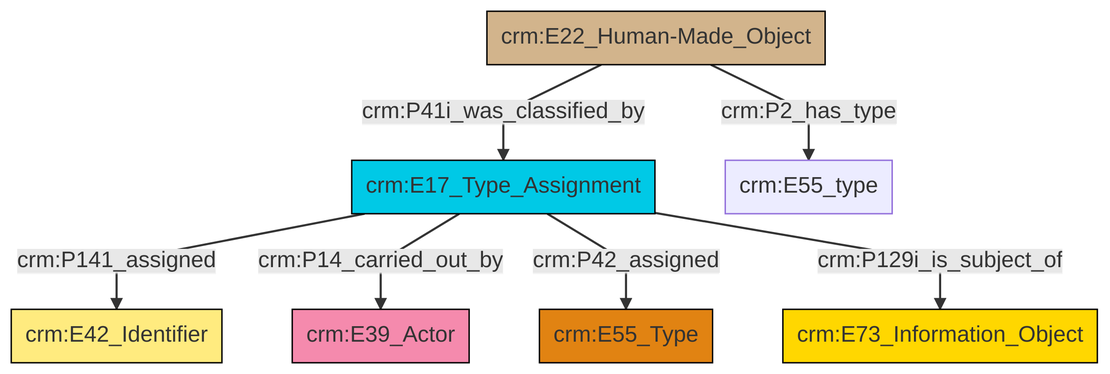
Earlier version of the Mermaid export et/builtWorkCSV/ttl/mmd/png/Built_Work_designation_status.png (swiss-art-research-net/docs.swissartresearch). Its source is kept beside it as et/builtWorkCSV/ttl/mmd/Built_Work_designation_status.ttl.mmd.
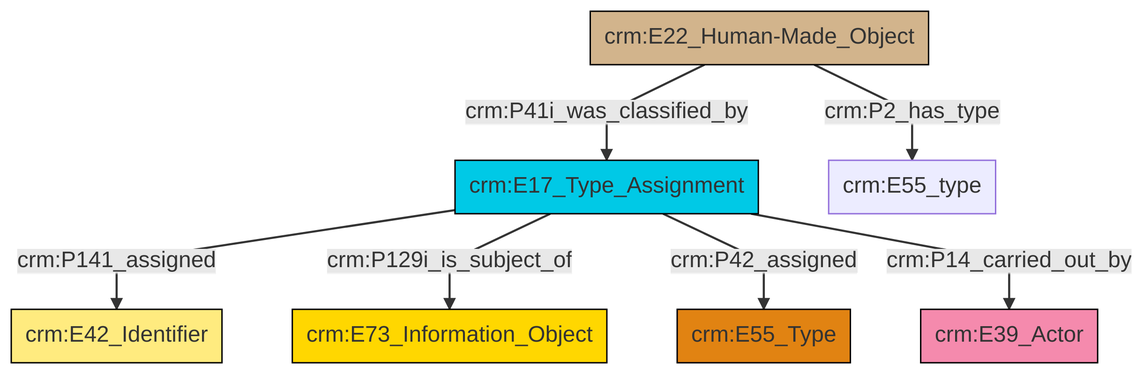
The same file after the commit.

Change to the diagram source:
```diff
@@ -13,9 +13,9 @@
 classDef PC_Classes fill:#4ce600, stroke:#000000;
 classDef Multi fill:#cccccc,stroke:#000000;
 
-0["crm:E22_Human-Made_Object"]:::Physical_Thing -->|crm:P41i_was_classified_by| 4["crm:E17_Type_Assignment"]:::Temporal_Entity
-4["crm:E17_Type_Assignment"]:::Temporal_Entity -->|crm:P141_assigned| 6["crm:E42_Identifier"]:::Appellation
-4["crm:E17_Type_Assignment"]:::Temporal_Entity -->|crm:P14_carried_out_by| 2["crm:E39_Actor"]:::Actor
-4["crm:E17_Type_Assignment"]:::Temporal_Entity -->|crm:P42_assigned| 7["crm:E55_Type"]:::Type
-4["crm:E17_Type_Assignment"]:::Temporal_Entity -->|crm:P129i_is_subject_of| 9["crm:E73_Information_Object"]:::Conceptual_Object
-0["crm:E22_Human-Made_Object"]:::Physical_Thing -->|crm:P2_has_type| 13["crm:E55_type"]:::Default
+0["crm:E17_Type_Assignment"]:::Temporal_Entity -->|crm:P141_assigned| 1["crm:E42_Identifier"]:::Appellation
+0["crm:E17_Type_Assignment"]:::Temporal_Entity -->|crm:P129i_is_subject_of| 2["crm:E73_Information_Object"]:::Conceptual_Object
+3["crm:E22_Human-Made_Object"]:::Physical_Thing -->|crm:P41i_was_classified_by| 0["crm:E17_Type_Assignment"]:::Temporal_Entity
+0["crm:E17_Type_Assignment"]:::Temporal_Entity -->|crm:P42_assigned| 4["crm:E55_Type"]:::Type
+0["crm:E17_Type_Assignment"]:::Temporal_Entity -->|crm:P14_carried_out_by| 5["crm:E39_Actor"]:::Actor
+3["crm:E22_Human-Made_Object"]:::Physical_Thing -->|crm:P2_has_type| 13["crm:E55_type"]:::Default
```
